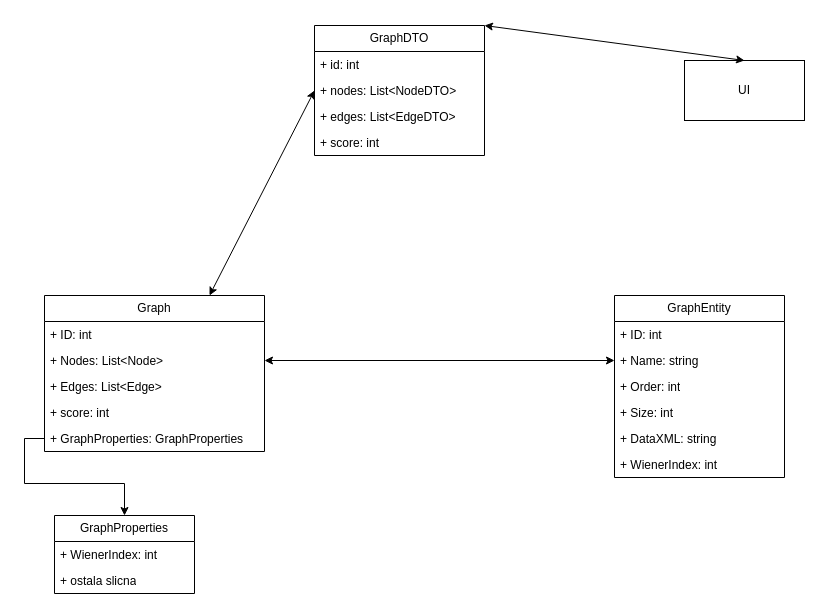
Above: Diagrams/GraphConversions.drawio in Luka-Bulatovic/graph-algorithms (draw.io), before the change. Source tidied: cells renumbered, new cells numbered last; positions are measured from the earlier drawing's top-left corner, leaving out a move shared by most shapes. Both pictures are drawn from the tidied source at 100%, with x=0, y=0 at pixel (44, 25).
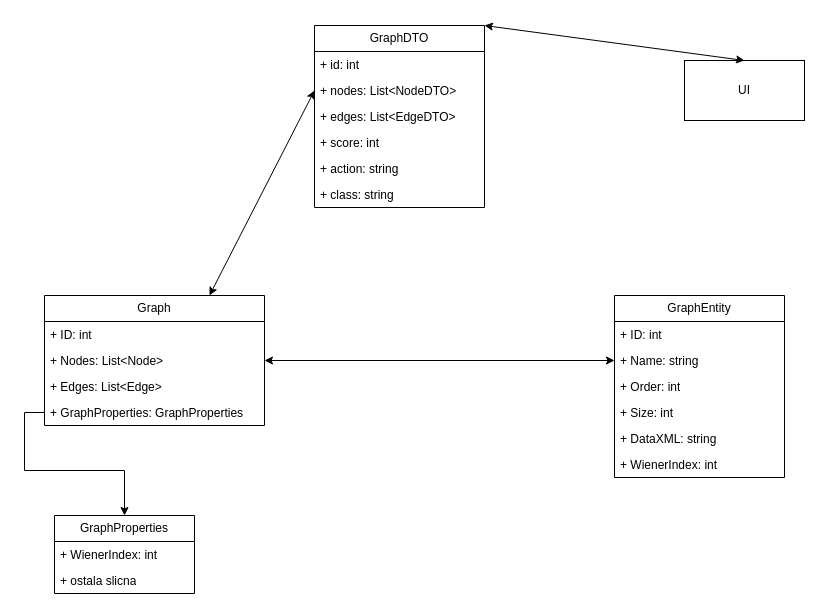
The same diagram, later.

Commit message (it also covers changes not shown here):
Modified Graph relationship with ActionTypes. Modified GraphDTO

Diff of the diagram source:
```diff
@@
     <mxCell id="2" value="GraphDTO" style="swimlane;fontStyle=0;horizontal=1;startSize=26;fillColor=none;whiteSpace=wrap;html=1;" parent="1" vertex="1">
-      <mxGeometry x="270" width="170" height="130" as="geometry" />
+      <mxGeometry x="270" width="170" height="182" as="geometry" />
     </mxCell>
@@
+    <mxCell id="28" value="+ action: string" style="text;strokeColor=none;fillColor=none;align=left;verticalAlign=top;spacingLeft=4;spacingRight=4;overflow=hidden;whiteSpace=wrap;html=1;" parent="2" vertex="1">
+      <mxGeometry y="130" width="170" height="26" as="geometry" />
+    </mxCell>
+    <mxCell id="29" value="+ class: string" style="text;strokeColor=none;fillColor=none;align=left;verticalAlign=top;spacingLeft=4;spacingRight=4;overflow=hidden;whiteSpace=wrap;html=1;" parent="2" vertex="1">
+      <mxGeometry y="156" width="170" height="26" as="geometry" />
+    </mxCell>
     <mxCell id="7" value="Graph" style="swimlane;fontStyle=0;horizontal=1;startSize=26;fillColor=none;whiteSpace=wrap;html=1;" parent="1" vertex="1">
-      <mxGeometry y="270" width="220" height="156" as="geometry" />
+      <mxGeometry y="270" width="220" height="130" as="geometry" />
     </mxCell>
@@
-    <mxCell id="11" value="+ score: int" style="text;strokeColor=none;fillColor=none;align=left;verticalAlign=top;spacingLeft=4;spacingRight=4;overflow=hidden;whiteSpace=wrap;html=1;" parent="7" vertex="1">
-      <mxGeometry y="104" width="220" height="26" as="geometry" />
-    </mxCell>
     <mxCell id="12" value="+ GraphProperties: GraphProperties" style="text;strokeColor=none;fillColor=none;align=left;verticalAlign=top;spacingLeft=4;spacingRight=4;overflow=hidden;points=[[0,0.5,0,0,0],[1,0.5,0,0,0]];portConstraint=eastwest;whiteSpace=wrap;html=1;" parent="7" vertex="1">
-      <mxGeometry y="130" width="220" height="26" as="geometry" />
+      <mxGeometry y="104" width="220" height="26" as="geometry" />
     </mxCell>
```
